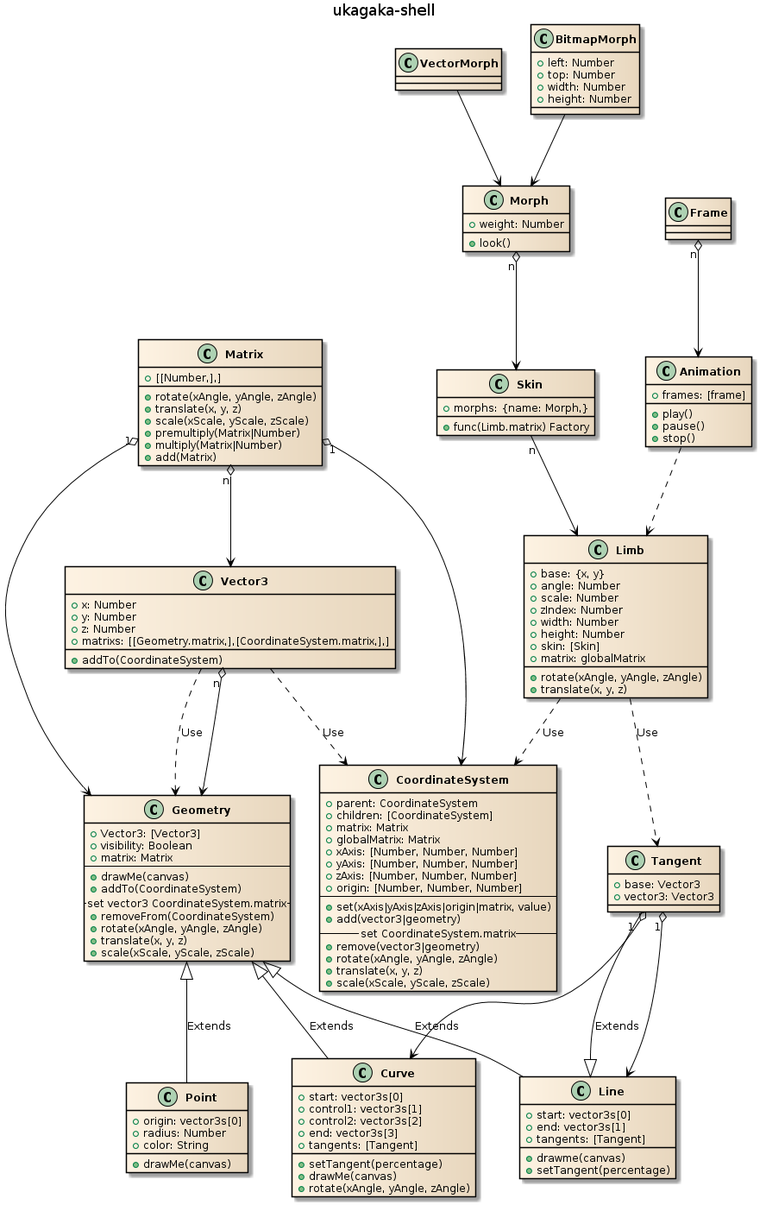
defims/ukagaka keeps this PlantUML diagram as ukagaka-shell.png. Above is the earlier version.
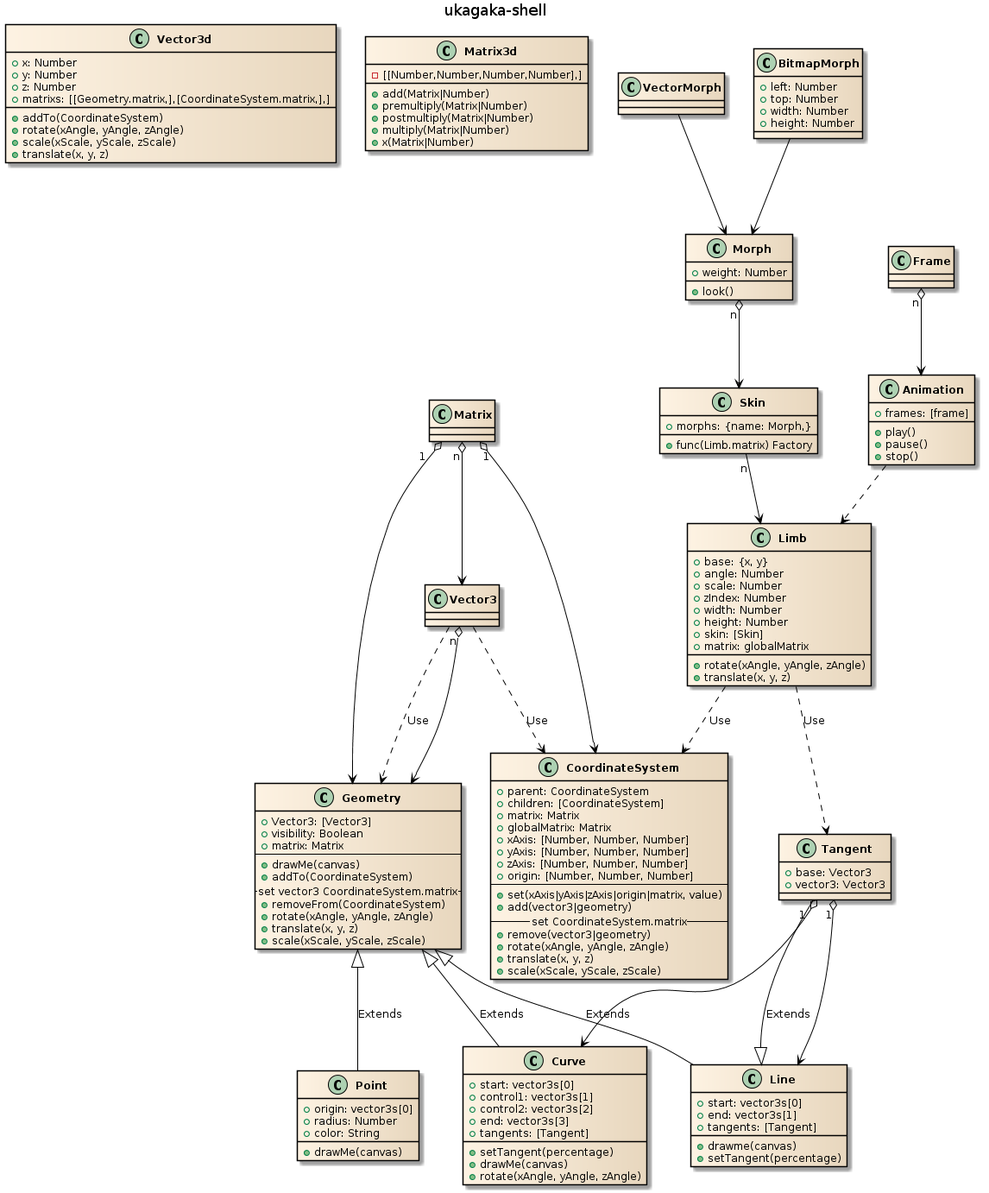
The same file after the commit.

Commit message:
matrix3d multiply

Diff of the diagram source:
```diff
@@ -11,22 +11,24 @@
 skinparam classAttributeFontSize 12
 title ukagaka-shell
 
-class Vector3 {
+class Vector3d {
     +x: Number
     +y: Number
     +z: Number
     +matrixs: [[Geometry.matrix,],[CoordinateSystem.matrix,],]
     +addTo(CoordinateSystem)
+    +rotate(xAngle, yAngle, zAngle)
+    +scale(xScale, yScale, zScale)
+    +translate(x, y, z)
 }
 
-class Matrix {
-    +[[Number,],]
-    +rotate(xAngle, yAngle, zAngle)
-    +translate(x, y, z)
-    +scale(xScale, yScale, zScale)
+class Matrix3d {
+    -[[Number,Number,Number,Number],]
+    +add(Matrix|Number)
     +premultiply(Matrix|Number)
+    +postmultiply(Matrix|Number)
     +multiply(Matrix|Number)
-    +add(Matrix)
+    +x(Matrix|Number)
 }
 
 class Geometry {
```
